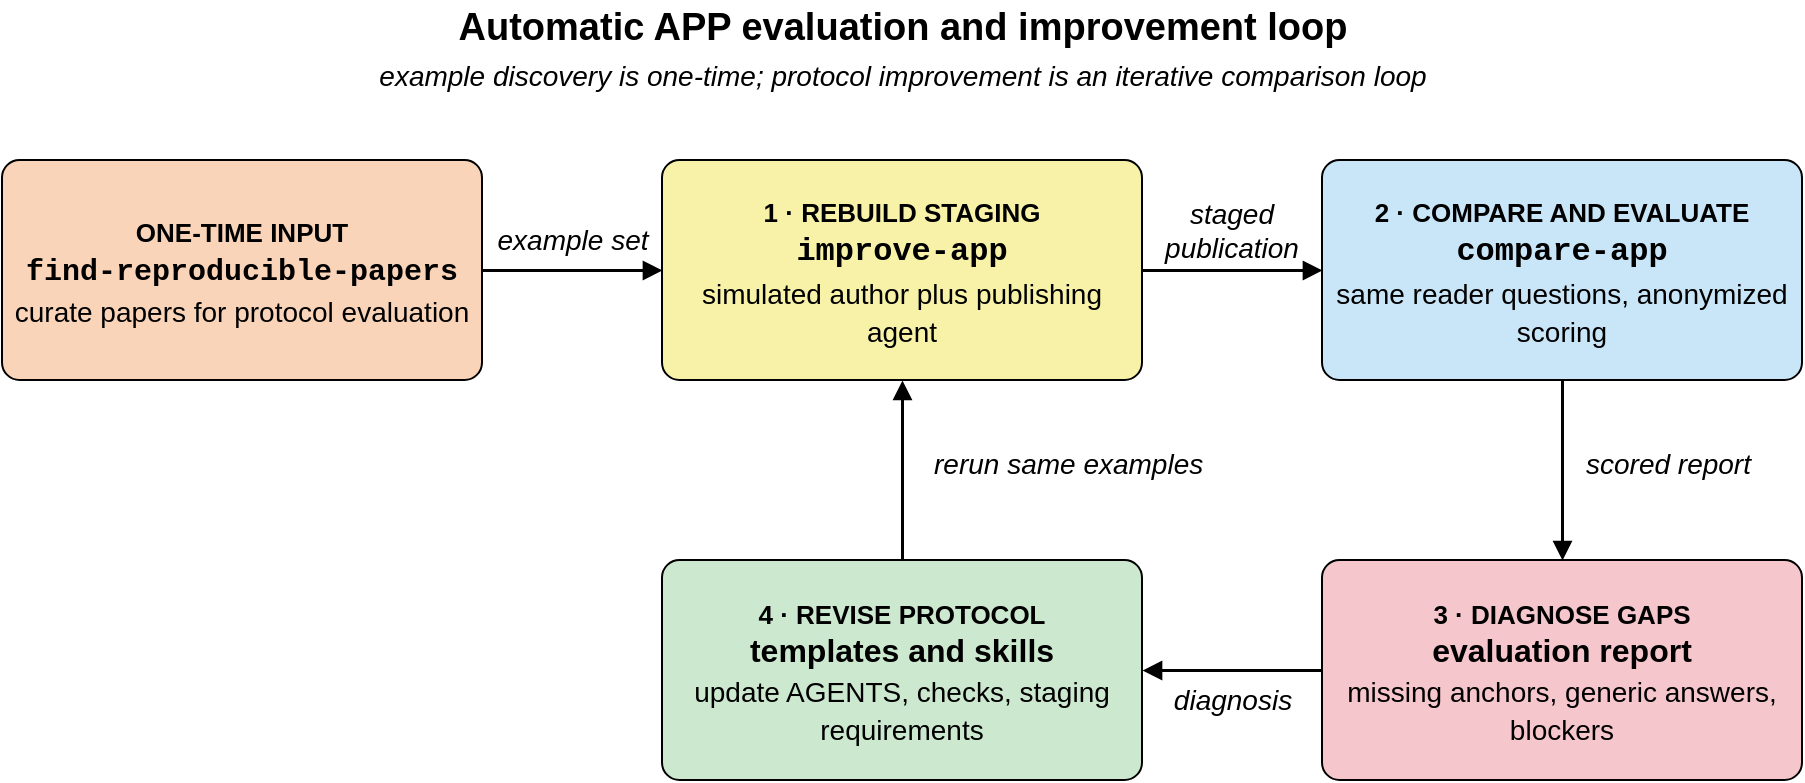
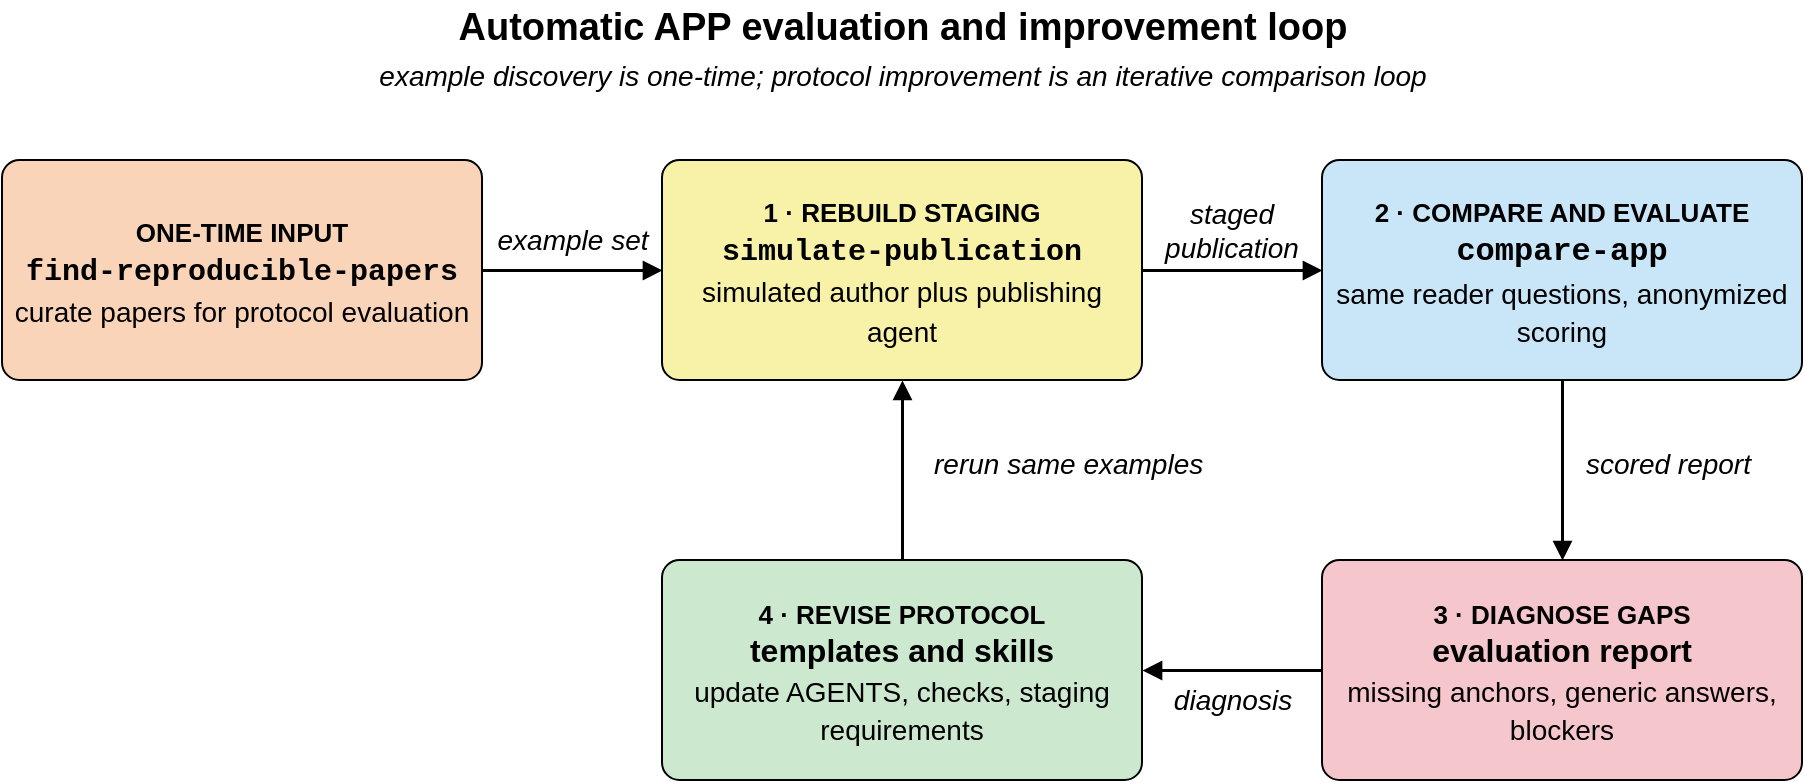
<?xml version="1.0" encoding="UTF-8"?>
<mxfile host="drawio" version="26.0.0">
  <diagram name="auto-improvement" id="auto-improvement">
    <mxGraphModel dx="800" dy="600" grid="0" gridSize="10" guides="1" tooltips="1" connect="1" arrows="1" fold="1" page="0" pageScale="1" math="0" shadow="0">
      <root>
        <mxCell id="0" />
        <mxCell id="1" parent="0" />
        <mxCell id="2" value="&lt;b&gt;Automatic APP evaluation and improvement loop&lt;/b&gt;" style="text;html=1;align=center;verticalAlign=middle;fontSize=19;fontColor=#000000;" vertex="1" parent="1">
          <mxGeometry x="0" y="0" width="900" height="28" as="geometry" />
        </mxCell>
        <mxCell id="3" value="&lt;i&gt;example discovery is one-time; protocol improvement is an iterative comparison loop&lt;/i&gt;" style="text;html=1;align=center;verticalAlign=middle;fontSize=14;fontColor=#000000;" vertex="1" parent="1">
          <mxGeometry x="0" y="28" width="900" height="20" as="geometry" />
        </mxCell>
        <mxCell id="4" value="&lt;font style='font-size:13px;'&gt;&lt;b&gt;ONE-TIME INPUT&lt;/b&gt;&lt;/font&gt;&lt;br/&gt;&lt;b&gt;&lt;font face='Courier New' style='font-size:15px;'&gt;find-reproducible-papers&lt;/font&gt;&lt;/b&gt;&lt;br/&gt;&lt;font style='font-size:14px;'&gt;curate papers for protocol evaluation&lt;/font&gt;" style="rounded=1;arcSize=8;html=1;whiteSpace=wrap;fillColor=#f9d4b8;strokeColor=#000000;fontSize=16;fontColor=#000000;" vertex="1" parent="1">
          <mxGeometry x="0" y="80" width="240" height="110" as="geometry" />
        </mxCell>
-         <mxCell id="5" value="&lt;font style='font-size:13px;'&gt;&lt;b&gt;1 &amp;#183; REBUILD STAGING&lt;/b&gt;&lt;/font&gt;&lt;br/&gt;&lt;b&gt;&lt;font face='Courier New' style='font-size:16px;'&gt;improve-app&lt;/font&gt;&lt;/b&gt;&lt;br/&gt;&lt;font style='font-size:14px;'&gt;simulated author plus publishing agent&lt;/font&gt;" style="rounded=1;arcSize=8;html=1;whiteSpace=wrap;fillColor=#f7f2a8;strokeColor=#000000;fontSize=16;fontColor=#000000;" vertex="1" parent="1">
+         <mxCell id="5" value="&lt;font style='font-size:13px;'&gt;&lt;b&gt;1 &amp;#183; REBUILD STAGING&lt;/b&gt;&lt;/font&gt;&lt;br/&gt;&lt;b&gt;&lt;font face='Courier New' style='font-size:15px;'&gt;simulate-publication&lt;/font&gt;&lt;/b&gt;&lt;br/&gt;&lt;font style='font-size:14px;'&gt;simulated author plus publishing agent&lt;/font&gt;" style="rounded=1;arcSize=8;html=1;whiteSpace=wrap;fillColor=#f7f2a8;strokeColor=#000000;fontSize=16;fontColor=#000000;" vertex="1" parent="1">
          <mxGeometry x="330" y="80" width="240" height="110" as="geometry" />
        </mxCell>
        <mxCell id="6" value="&lt;font style='font-size:13px;'&gt;&lt;b&gt;2 &amp;#183; COMPARE AND EVALUATE&lt;/b&gt;&lt;/font&gt;&lt;br/&gt;&lt;b&gt;&lt;font face='Courier New' style='font-size:16px;'&gt;compare-app&lt;/font&gt;&lt;/b&gt;&lt;br/&gt;&lt;font style='font-size:14px;'&gt;same reader questions, anonymized scoring&lt;/font&gt;" style="rounded=1;arcSize=8;html=1;whiteSpace=wrap;fillColor=#c9e5f8;strokeColor=#000000;fontSize=16;fontColor=#000000;" vertex="1" parent="1">
          <mxGeometry x="660" y="80" width="240" height="110" as="geometry" />
        </mxCell>
        <mxCell id="7" value="&lt;font style='font-size:13px;'&gt;&lt;b&gt;3 &amp;#183; DIAGNOSE GAPS&lt;/b&gt;&lt;/font&gt;&lt;br/&gt;&lt;b&gt;evaluation report&lt;/b&gt;&lt;br/&gt;&lt;font style='font-size:14px;'&gt;missing anchors, generic answers, blockers&lt;/font&gt;" style="rounded=1;arcSize=8;html=1;whiteSpace=wrap;fillColor=#f6c6cd;strokeColor=#000000;fontSize=16;fontColor=#000000;" vertex="1" parent="1">
          <mxGeometry x="660" y="280" width="240" height="110" as="geometry" />
        </mxCell>
        <mxCell id="8" value="&lt;font style='font-size:13px;'&gt;&lt;b&gt;4 &amp;#183; REVISE PROTOCOL&lt;/b&gt;&lt;/font&gt;&lt;br/&gt;&lt;b&gt;templates and skills&lt;/b&gt;&lt;br/&gt;&lt;font style='font-size:14px;'&gt;update AGENTS, checks, staging requirements&lt;/font&gt;" style="rounded=1;arcSize=8;html=1;whiteSpace=wrap;fillColor=#cce9d0;strokeColor=#000000;fontSize=16;fontColor=#000000;" vertex="1" parent="1">
          <mxGeometry x="330" y="280" width="240" height="110" as="geometry" />
        </mxCell>
        <mxCell id="9" style="edgeStyle=orthogonalEdgeStyle;rounded=0;html=1;strokeColor=#000000;strokeWidth=1.5;endArrow=block;endFill=1;exitX=1;exitY=0.5;exitDx=0;exitDy=0;entryX=0;entryY=0.5;entryDx=0;entryDy=0;" edge="1" parent="1" source="4" target="5">
          <mxGeometry relative="1" as="geometry" />
        </mxCell>
        <mxCell id="10" style="edgeStyle=orthogonalEdgeStyle;rounded=0;html=1;strokeColor=#000000;strokeWidth=1.5;endArrow=block;endFill=1;exitX=1;exitY=0.5;exitDx=0;exitDy=0;entryX=0;entryY=0.5;entryDx=0;entryDy=0;" edge="1" parent="1" source="5" target="6">
          <mxGeometry relative="1" as="geometry" />
        </mxCell>
        <mxCell id="11" style="edgeStyle=orthogonalEdgeStyle;rounded=0;html=1;strokeColor=#000000;strokeWidth=1.5;endArrow=block;endFill=1;exitX=0.5;exitY=1;exitDx=0;exitDy=0;entryX=0.5;entryY=0;entryDx=0;entryDy=0;" edge="1" parent="1" source="6" target="7">
          <mxGeometry relative="1" as="geometry" />
        </mxCell>
        <mxCell id="12" style="edgeStyle=orthogonalEdgeStyle;rounded=0;html=1;strokeColor=#000000;strokeWidth=1.5;endArrow=block;endFill=1;exitX=0;exitY=0.5;exitDx=0;exitDy=0;entryX=1;entryY=0.5;entryDx=0;entryDy=0;" edge="1" parent="1" source="7" target="8">
          <mxGeometry relative="1" as="geometry" />
        </mxCell>
        <mxCell id="13" style="edgeStyle=orthogonalEdgeStyle;rounded=0;html=1;strokeColor=#000000;strokeWidth=1.5;endArrow=block;endFill=1;exitX=0.5;exitY=0;exitDx=0;exitDy=0;entryX=0.5;entryY=1;entryDx=0;entryDy=0;" edge="1" parent="1" source="8" target="5">
          <mxGeometry relative="1" as="geometry" />
        </mxCell>
        <mxCell id="14" value="&lt;i&gt;example set&lt;/i&gt;" style="text;html=1;align=center;verticalAlign=middle;fontSize=14;fontColor=#000000;" vertex="1" parent="1">
          <mxGeometry x="240" y="110" width="90" height="20" as="geometry" />
        </mxCell>
        <mxCell id="15" value="&lt;i&gt;staged publication&lt;/i&gt;" style="text;html=1;align=center;verticalAlign=top;fontSize=14;fontColor=#000000;whiteSpace=wrap;" vertex="1" parent="1">
          <mxGeometry x="570" y="92" width="90" height="40" as="geometry" />
        </mxCell>
        <mxCell id="16" value="&lt;i&gt;scored report&lt;/i&gt;" style="text;html=1;align=left;verticalAlign=middle;fontSize=14;fontColor=#000000;" vertex="1" parent="1">
          <mxGeometry x="790" y="222" width="110" height="20" as="geometry" />
        </mxCell>
        <mxCell id="17" value="&lt;i&gt;diagnosis&lt;/i&gt;" style="text;html=1;align=center;verticalAlign=middle;fontSize=14;fontColor=#000000;" vertex="1" parent="1">
          <mxGeometry x="572" y="340" width="86" height="20" as="geometry" />
        </mxCell>
        <mxCell id="18" value="&lt;i&gt;rerun same examples&lt;/i&gt;" style="text;html=1;align=left;verticalAlign=middle;fontSize=14;fontColor=#000000;" vertex="1" parent="1">
          <mxGeometry x="464" y="222" width="150" height="20" as="geometry" />
        </mxCell>
      </root>
    </mxGraphModel>
  </diagram>
</mxfile>
